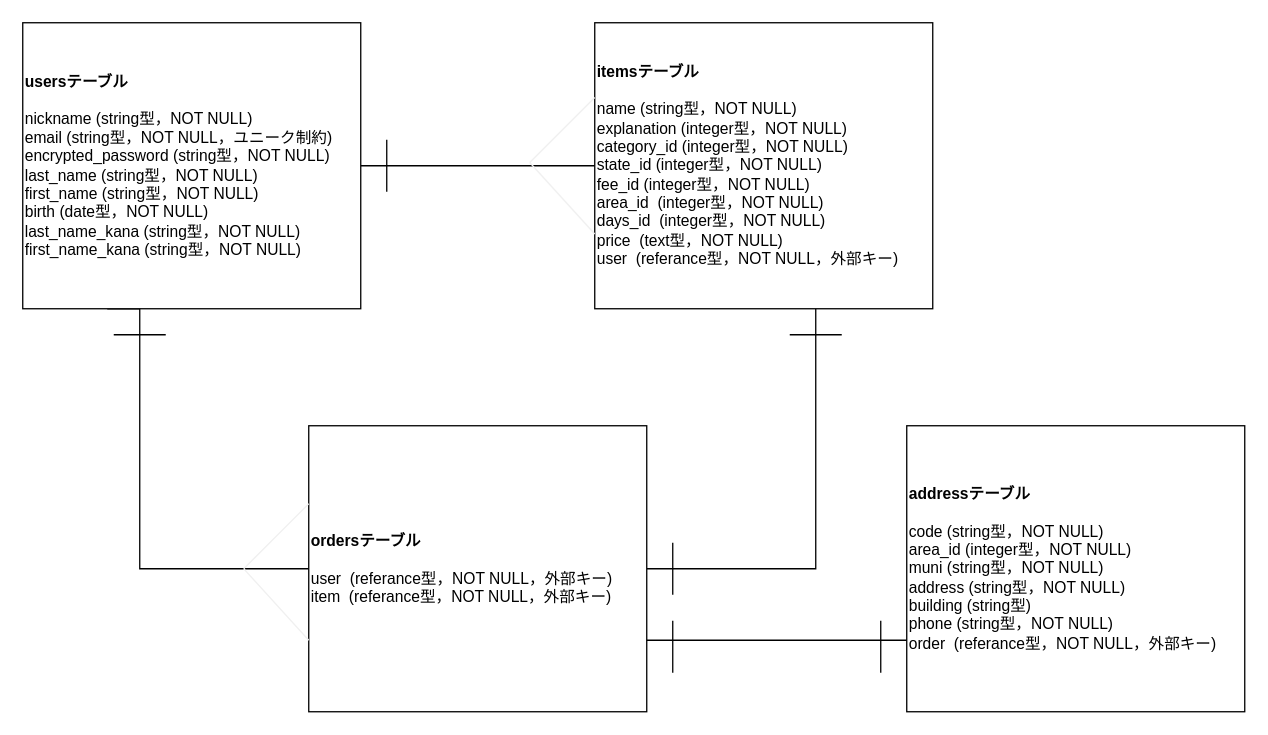
okawa-u/furima-36766 keeps this draw.io diagram as test.dio. Above is the earlier version. Source tidied: cells renumbered, new cells numbered last; positions are measured from the earlier drawing's top-left corner, leaving out a move shared by most shapes. Both pictures are drawn from the tidied source at 130%, with x=0, y=0 at pixel (22, 22).
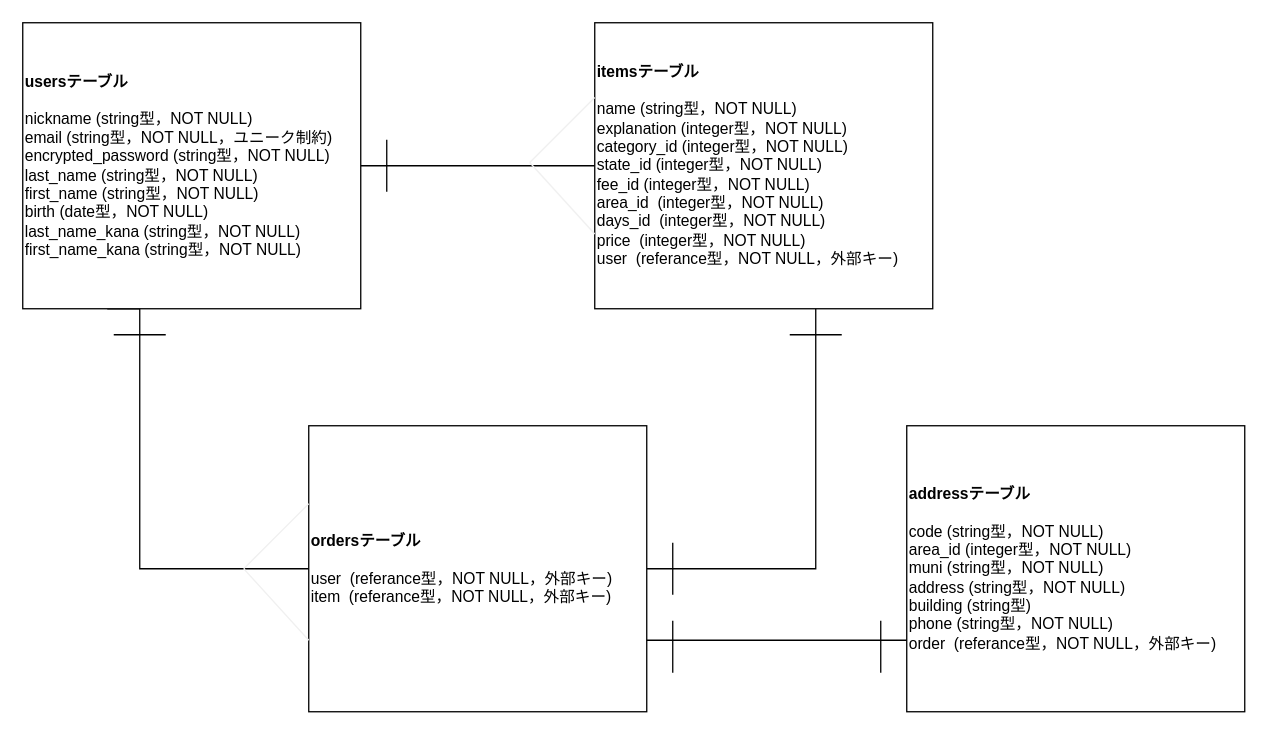
Above is the later version.

Change to the diagram source:
```diff
@@
-    <mxCell id="6" value="&lt;b&gt;itemsテーブル&lt;br&gt;&lt;/b&gt;&lt;br&gt;name (string型，NOT NULL)&lt;br&gt;explanation (integer型，NOT NULL)&lt;br&gt;category_id (integer型，NOT NULL)&lt;br&gt;state_id (integer型，NOT NULL)&lt;br&gt;fee_id (integer型，NOT NULL)&lt;br&gt;area_id&amp;nbsp; (integer型，NOT NULL)&lt;br&gt;days_id&amp;nbsp; (integer型，NOT NULL)&lt;br&gt;price&amp;nbsp;&amp;nbsp;(text型，NOT NULL)&lt;br&gt;user&amp;nbsp;&amp;nbsp;(referance型，NOT NULL，外部キー)" style="rounded=0;whiteSpace=wrap;html=1;strokeWidth=1;align=left;" parent="1" vertex="1">
+    <mxCell id="6" value="&lt;b&gt;itemsテーブル&lt;br&gt;&lt;/b&gt;&lt;br&gt;name (string型，NOT NULL)&lt;br&gt;explanation (integer型，NOT NULL)&lt;br&gt;category_id (integer型，NOT NULL)&lt;br&gt;state_id (integer型，NOT NULL)&lt;br&gt;fee_id (integer型，NOT NULL)&lt;br&gt;area_id&amp;nbsp; (integer型，NOT NULL)&lt;br&gt;days_id&amp;nbsp; (integer型，NOT NULL)&lt;br&gt;price&amp;nbsp;&amp;nbsp;(integer型，NOT NULL)&lt;br&gt;user&amp;nbsp;&amp;nbsp;(referance型，NOT NULL，外部キー)" style="rounded=0;whiteSpace=wrap;html=1;strokeWidth=1;align=left;" parent="1" vertex="1">
       <mxGeometry x="440" width="260" height="220" as="geometry" />
     </mxCell>
```
